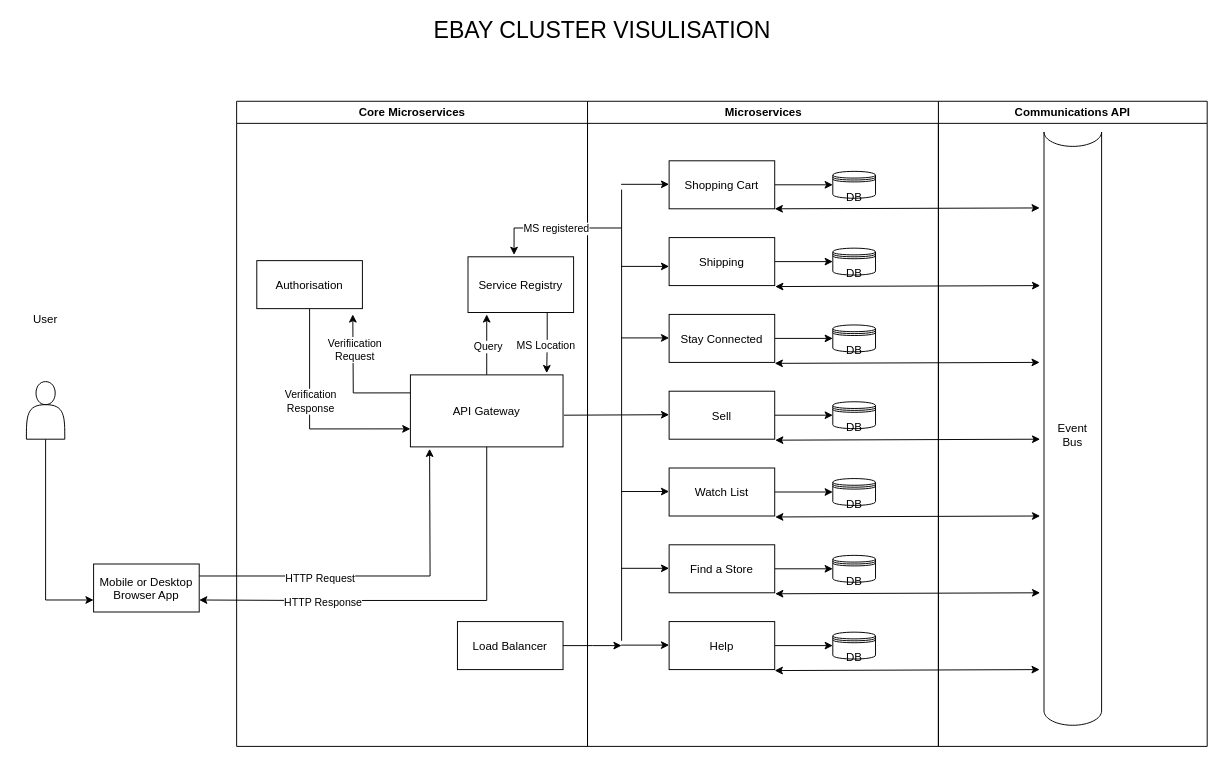
The draw.io diagram ClusterVisulisation.drawio in nicholas-carnie/Nicks-files, before the edit. Source tidied: cells renumbered, new cells numbered last; positions are measured from the earlier drawing's top-left corner, leaving out a move shared by most shapes. Both pictures are drawn from the tidied source at 96%, with x=0, y=0 at pixel (16, 16).
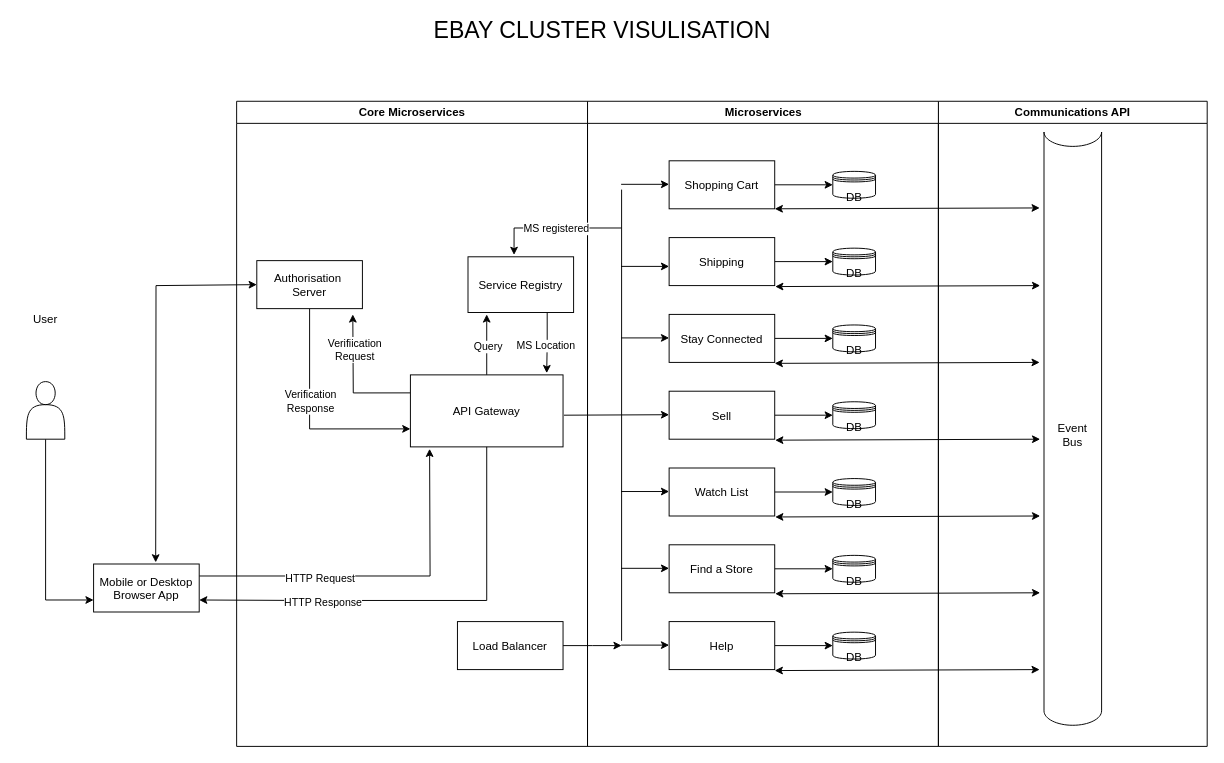
Above is the later version.

Unchanged cells that the change refers to:
```xml
<mxCell id="44" value="Core Microservices" style="swimlane;whiteSpace=wrap;" parent="1" vertex="1">
  <mxGeometry x="229" y="88" width="365.5" height="672" as="geometry" />
</mxCell>
<mxCell id="63" value="Mobile or Desktop&#10;Browser App" parent="1" vertex="1">
  <mxGeometry x="80" y="570" width="110" height="50" as="geometry" />
</mxCell>
```

Diff of the diagram source:
```diff
@@
-    <mxCell id="47" value="Authorisation" parent="44" vertex="1">
+    <mxCell id="47" value="Authorisation &#10;Server" parent="44" vertex="1">
       <mxGeometry x="21" y="166" width="110" height="50" as="geometry" />
     </mxCell>
@@
+    <mxCell id="66" style="endArrow=classic;startArrow=classic;html=1;rounded=0;exitX=0.588;exitY=-0.033;exitDx=0;exitDy=0;exitPerimeter=0;entryX=0;entryY=0.5;entryDx=0;entryDy=0;" parent="1" edge="1" source="63" target="47">
+      <mxGeometry relative="1" as="geometry">
+        <Array as="points">
+          <mxPoint x="145" y="280" />
+        </Array>
+      </mxGeometry>
+    </mxCell>
```
